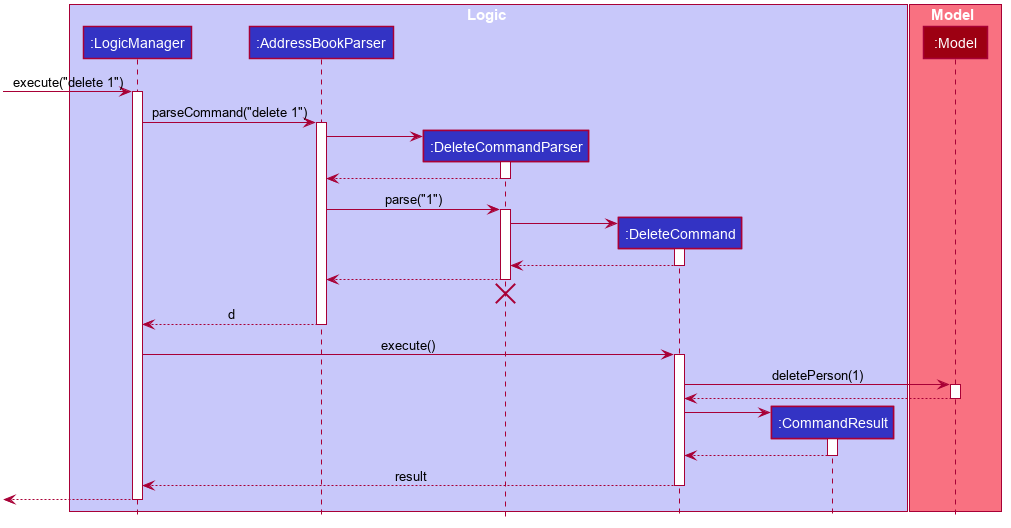
Above: docs/images/DeleteSequenceDiagram.png in se-edu/addressbook-level4 (PlantUML), before the change.
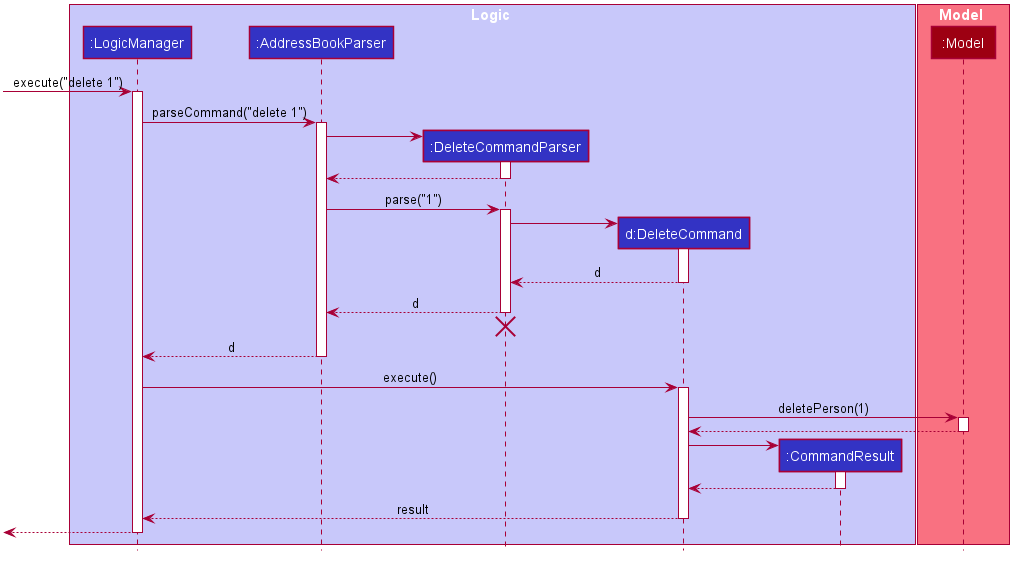
Above is the later version.

What changed in the source:
```diff
@@ -49,7 +49,7 @@
 participant ":LogicManager" as LogicManager #3333C4
 participant ":AddressBookParser" as AddressBookParser #3333C4
 participant ":DeleteCommandParser" as DeleteCommandParser #3333C4
-participant ":DeleteCommand" as DeleteCommand #3333C4
+participant "d:DeleteCommand" as DeleteCommand #3333C4
 participant ":CommandResult" as CommandResult #3333C4
 end box
 
@@ -77,10 +77,10 @@
 DeleteCommandParser -> DeleteCommand
 activate DeleteCommand
 
-DeleteCommand --> DeleteCommandParser
+DeleteCommand --> DeleteCommandParser : d
 deactivate DeleteCommand
 
-DeleteCommandParser --> AddressBookParser
+DeleteCommandParser --> AddressBookParser : d
 deactivate DeleteCommandParser
 DeleteCommandParser -[hidden]-> AddressBookParser
 destroy DeleteCommandParser
```
